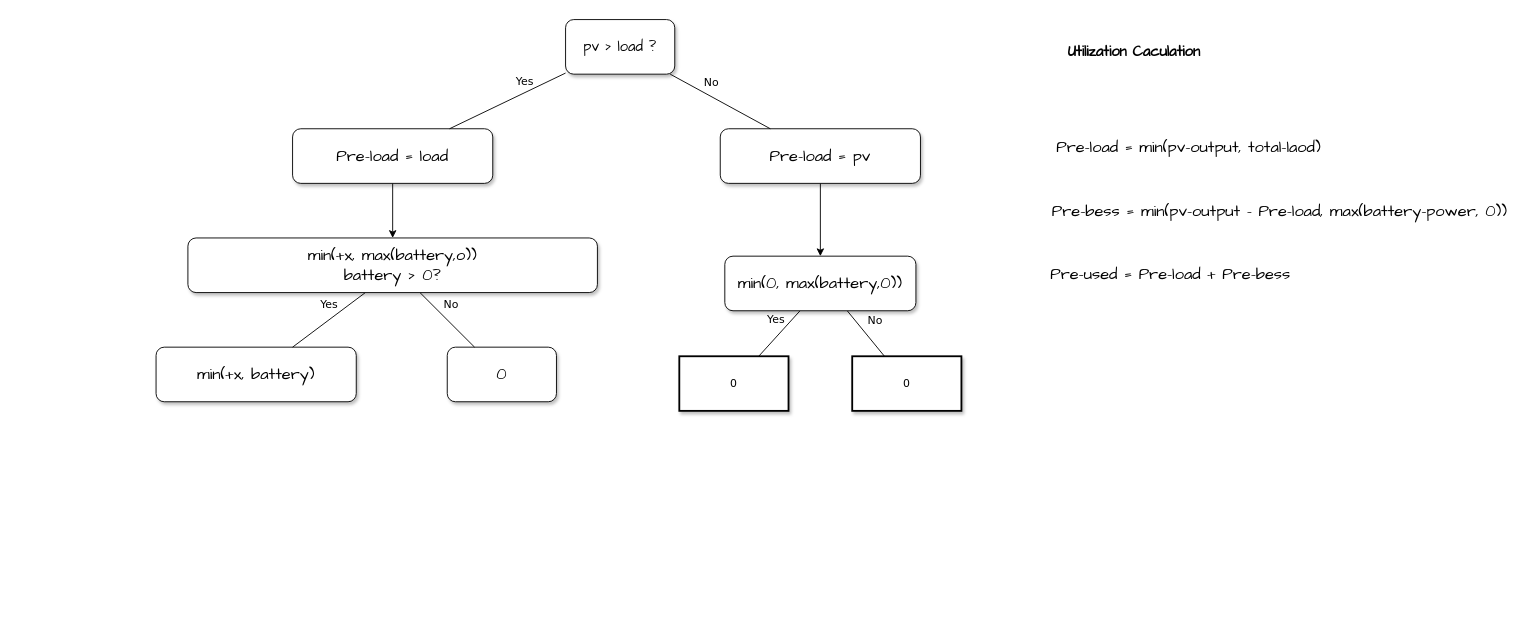
The draw.io diagram page "Page-2" (2 of 2) of emspapermaterial.drawio in Pengyu-Jin/draw.io-projects-file, before the edit. Source tidied: cells renumbered, new cells numbered last; positions are measured from the earlier drawing's top-left corner, leaving out a move shared by most shapes. Both pictures are drawn from the tidied source at 91%, with x=0, y=0 at pixel (156, 19).
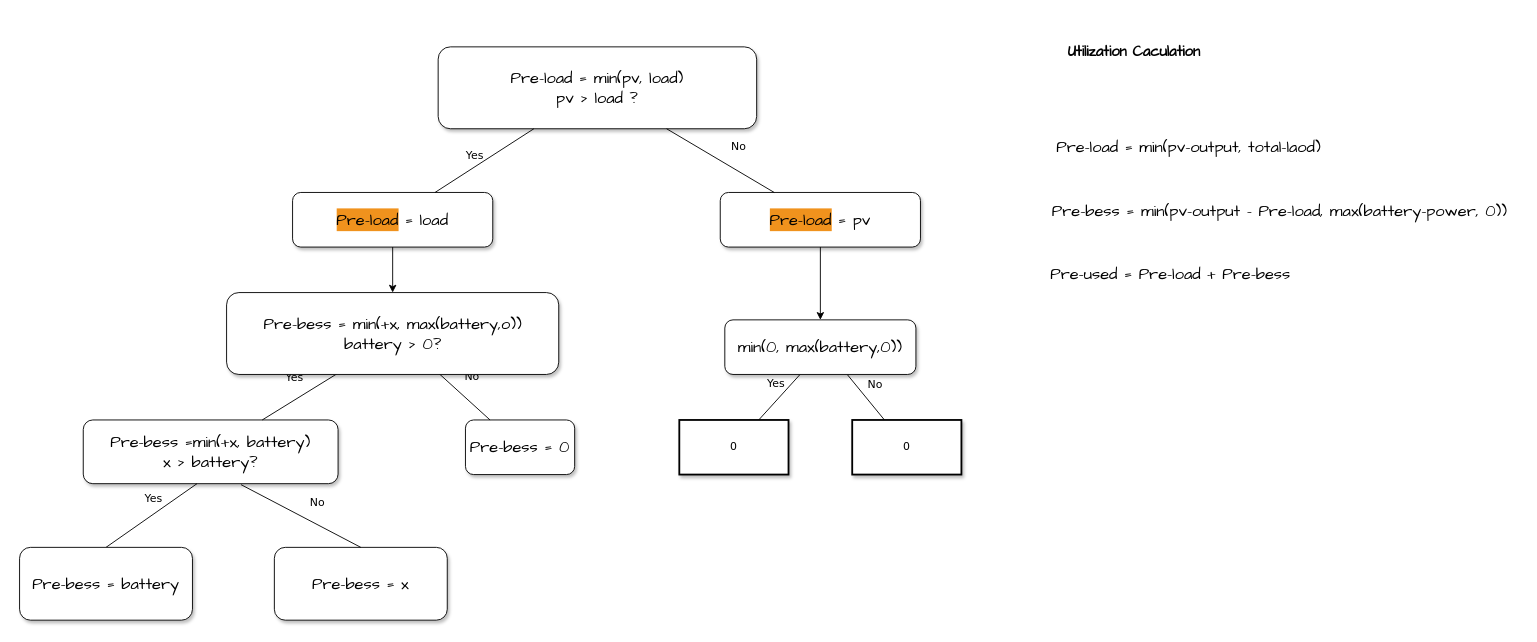
The same diagram, later.

What changed in the source:
```diff
@@
-    <mxCell id="2" value="&lt;span style=&quot;font-family: &amp;quot;Comic Sans MS&amp;quot;;&quot;&gt;&lt;font style=&quot;font-size: 16px;&quot;&gt;pv &amp;gt; load ?&lt;/font&gt;&lt;/span&gt;" style="whiteSpace=wrap;html=1;rounded=1;shadow=1;labelBackgroundColor=none;strokeWidth=1;fontFamily=Verdana;fontSize=12;align=center;" parent="1" vertex="1">
-      <mxGeometry x="450" width="120" height="60" as="geometry" />
+    <mxCell id="2" value="&lt;div&gt;&lt;span style=&quot;font-family: &amp;quot;Comic Sans MS&amp;quot;;&quot;&gt;&lt;font style=&quot;font-size: 18px;&quot;&gt;Pre-load = min(pv, load)&lt;/font&gt;&lt;/span&gt;&lt;/div&gt;&lt;span style=&quot;font-family: &amp;quot;Comic Sans MS&amp;quot;;&quot;&gt;&lt;font style=&quot;font-size: 18px;&quot;&gt;pv &amp;gt; load ?&lt;/font&gt;&lt;/span&gt;" style="whiteSpace=wrap;html=1;rounded=1;shadow=1;labelBackgroundColor=none;strokeWidth=1;fontFamily=Verdana;fontSize=12;align=center;" parent="1" vertex="1">
+      <mxGeometry x="310" y="30" width="350" height="90" as="geometry" />
     </mxCell>
@@
-    <mxCell id="4" value="&lt;span style=&quot;font-family: &amp;quot;Comic Sans MS&amp;quot;; font-size: 18px;&quot;&gt;Pre-load = load&lt;/span&gt;" style="whiteSpace=wrap;html=1;rounded=1;shadow=1;labelBackgroundColor=none;strokeWidth=1;fontFamily=Verdana;fontSize=12;align=center;" parent="1" vertex="1">
-      <mxGeometry x="150" y="120" width="220" height="60" as="geometry" />
+    <mxCell id="4" value="&lt;pre&gt;&lt;span style=&quot;font-family: &amp;quot;Comic Sans MS&amp;quot;; font-size: 18px;&quot;&gt;&lt;span style=&quot;background-color: light-dark(rgb(240, 146, 29), rgb(237, 237, 237));&quot;&gt;Pre-load&lt;/span&gt; = load&lt;/span&gt;&lt;/pre&gt;" style="whiteSpace=wrap;html=1;rounded=1;shadow=1;labelBackgroundColor=none;strokeWidth=1;fontFamily=Verdana;fontSize=12;align=center;" parent="1" vertex="1">
+      <mxGeometry x="150" y="190" width="220" height="60" as="geometry" />
     </mxCell>
@@
-    <mxCell id="6" value="&lt;span style=&quot;font-family: &amp;quot;Comic Sans MS&amp;quot;; font-size: 18px;&quot;&gt;Pre-load = pv&lt;/span&gt;" style="whiteSpace=wrap;html=1;rounded=1;shadow=1;labelBackgroundColor=none;strokeWidth=1;fontFamily=Verdana;fontSize=12;align=center;" parent="1" vertex="1">
-      <mxGeometry x="620" y="120" width="220" height="60" as="geometry" />
+    <mxCell id="6" value="&lt;span style=&quot;font-family: &amp;quot;Comic Sans MS&amp;quot;; font-size: 18px;&quot;&gt;&lt;span style=&quot;background-color: light-dark(rgb(240, 146, 29), rgb(237, 237, 237));&quot;&gt;Pre-load&lt;/span&gt; = pv&lt;/span&gt;" style="whiteSpace=wrap;html=1;rounded=1;shadow=1;labelBackgroundColor=none;strokeWidth=1;fontFamily=Verdana;fontSize=12;align=center;" parent="1" vertex="1">
+      <mxGeometry x="620" y="190" width="220" height="60" as="geometry" />
     </mxCell>
     <mxCell id="7" value="No" style="rounded=0;html=1;labelBackgroundColor=none;startArrow=none;startFill=0;startSize=5;endArrow=none;endFill=0;endSize=5;jettySize=auto;strokeWidth=1;fontFamily=Verdana;fontSize=12;" parent="1" edge="1" source="2" target="6">
-      <mxGeometry x="-0.3" y="13" relative="1" as="geometry" />
+      <mxGeometry x="0.14" y="23" relative="1" as="geometry" />
     </mxCell>
     <mxCell id="8" value="Yes" style="rounded=0;html=1;labelBackgroundColor=none;startArrow=none;startFill=0;startSize=5;endArrow=none;endFill=0;endSize=5;jettySize=auto;strokeWidth=1;fontFamily=Verdana;fontSize=12;" parent="1" edge="1" source="2" target="4">
-      <mxGeometry x="-0.36" y="-11" relative="1" as="geometry" />
+      <mxGeometry x="0.1" y="-10" relative="1" as="geometry" />
     </mxCell>
-    <mxCell id="9" value="&lt;span style=&quot;font-family: &amp;quot;Comic Sans MS&amp;quot;; font-size: 18px;&quot;&gt;min(+x, battery)&lt;/span&gt;" style="whiteSpace=wrap;html=1;rounded=1;shadow=1;labelBackgroundColor=none;strokeWidth=1;fontFamily=Verdana;fontSize=12;align=center;" parent="1" vertex="1">
-      <mxGeometry y="360" width="220" height="60" as="geometry" />
+    <mxCell id="9" value="&lt;span style=&quot;font-family: &amp;quot;Comic Sans MS&amp;quot;; font-size: 18px;&quot;&gt;Pre-bess =min(+x, battery)&lt;/span&gt;&lt;div&gt;&lt;span style=&quot;font-family: &amp;quot;Comic Sans MS&amp;quot;; font-size: 18px;&quot;&gt;x &amp;gt; battery?&lt;/span&gt;&lt;/div&gt;" style="whiteSpace=wrap;html=1;rounded=1;shadow=1;labelBackgroundColor=none;strokeWidth=1;fontFamily=Verdana;fontSize=12;align=center;" parent="1" vertex="1">
+      <mxGeometry x="-80" y="440" width="280" height="70" as="geometry" />
     </mxCell>
-    <mxCell id="10" value="&lt;span style=&quot;font-family: &amp;quot;Comic Sans MS&amp;quot;; font-size: 18px;&quot;&gt;0&lt;/span&gt;" style="whiteSpace=wrap;html=1;rounded=1;shadow=1;labelBackgroundColor=none;strokeWidth=1;fontFamily=Verdana;fontSize=12;align=center;" parent="1" vertex="1">
-      <mxGeometry x="320" y="360" width="120" height="60" as="geometry" />
+    <mxCell id="10" value="&lt;span style=&quot;font-family: &amp;quot;Comic Sans MS&amp;quot;; font-size: 18px;&quot;&gt;Pre-bess = 0&lt;/span&gt;" style="whiteSpace=wrap;html=1;rounded=1;shadow=1;labelBackgroundColor=none;strokeWidth=1;fontFamily=Verdana;fontSize=12;align=center;" parent="1" vertex="1">
+      <mxGeometry x="340" y="440" width="120" height="60" as="geometry" />
     </mxCell>
     <mxCell id="11" value="&lt;span&gt;0&lt;/span&gt;" style="whiteSpace=wrap;html=1;rounded=0;shadow=1;labelBackgroundColor=none;strokeWidth=2;fontFamily=Verdana;fontSize=12;align=center;" parent="1" vertex="1">
-      <mxGeometry x="575" y="370" width="120" height="60" as="geometry" />
+      <mxGeometry x="575" y="440" width="120" height="60" as="geometry" />
     </mxCell>
     <mxCell id="12" value="&lt;span&gt;0&lt;/span&gt;" style="whiteSpace=wrap;html=1;rounded=0;shadow=1;labelBackgroundColor=none;strokeWidth=2;fontFamily=Verdana;fontSize=12;align=center;" parent="1" vertex="1">
-      <mxGeometry x="765" y="370" width="120" height="60" as="geometry" />
+      <mxGeometry x="765" y="440" width="120" height="60" as="geometry" />
     </mxCell>
     <mxCell id="13" value="Yes" style="rounded=0;html=1;labelBackgroundColor=none;startArrow=none;startFill=0;startSize=5;endArrow=none;endFill=0;endSize=5;jettySize=auto;strokeWidth=1;fontFamily=Verdana;fontSize=12;" parent="1" edge="1" target="9">
-      <mxGeometry x="-0.2" y="-14" relative="1" as="geometry">
-        <mxPoint x="230" y="300" as="sourcePoint" />
+      <mxGeometry x="0.19" y="-21" relative="1" as="geometry">
+        <mxPoint x="230" y="370" as="sourcePoint" />
       </mxGeometry>
     </mxCell>
     <mxCell id="14" value="No" style="rounded=0;html=1;labelBackgroundColor=none;startArrow=none;startFill=0;startSize=5;endArrow=none;endFill=0;endSize=5;jettySize=auto;strokeWidth=1;fontFamily=Verdana;fontSize=12;" parent="1" edge="1" target="10">
-      <mxGeometry x="-0.2" y="14" relative="1" as="geometry">
-        <mxPoint x="290" y="300" as="sourcePoint" />
+      <mxGeometry x="0.12" y="21" relative="1" as="geometry">
+        <mxPoint x="290" y="370" as="sourcePoint" />
       </mxGeometry>
     </mxCell>
     <mxCell id="15" value="Yes" style="rounded=0;html=1;labelBackgroundColor=none;startArrow=none;startFill=0;startSize=5;endArrow=none;endFill=0;endSize=5;jettySize=auto;strokeWidth=1;fontFamily=Verdana;fontSize=12;" parent="1" edge="1" target="11">
       <mxGeometry x="-0.26" y="-13" relative="1" as="geometry">
-        <mxPoint x="707.7" y="320" as="sourcePoint" />
+        <mxPoint x="707.7" y="390" as="sourcePoint" />
       </mxGeometry>
     </mxCell>
     <mxCell id="16" value="No" style="rounded=0;html=1;labelBackgroundColor=none;startArrow=none;startFill=0;startSize=5;endArrow=none;endFill=0;endSize=5;jettySize=auto;strokeWidth=1;fontFamily=Verdana;fontSize=12;" parent="1" edge="1" target="12">
       <mxGeometry x="-0.13" y="17" relative="1" as="geometry">
-        <mxPoint x="759.5" y="320" as="sourcePoint" />
+        <mxPoint x="759.5" y="390" as="sourcePoint" />
       </mxGeometry>
     </mxCell>
@@
-    <mxCell id="21" value="&lt;span style=&quot;font-family: &amp;quot;Comic Sans MS&amp;quot;; font-size: 18px;&quot;&gt;min(+x, max(battery,o))&lt;/span&gt;&lt;div&gt;&lt;span style=&quot;font-family: &amp;quot;Comic Sans MS&amp;quot;; font-size: 18px;&quot;&gt;battery &amp;gt; 0?&lt;/span&gt;&lt;/div&gt;" style="whiteSpace=wrap;html=1;rounded=1;shadow=1;labelBackgroundColor=none;strokeWidth=1;fontFamily=Verdana;fontSize=12;align=center;" parent="1" vertex="1">
-      <mxGeometry x="35" y="240" width="450" height="60" as="geometry" />
+    <mxCell id="21" value="&lt;span style=&quot;font-family: &amp;quot;Comic Sans MS&amp;quot;; font-size: 18px;&quot;&gt;Pre-bess = min(+x, max(battery,o))&lt;/span&gt;&lt;div&gt;&lt;span style=&quot;font-family: &amp;quot;Comic Sans MS&amp;quot;; font-size: 18px;&quot;&gt;battery &amp;gt; 0?&lt;/span&gt;&lt;/div&gt;" style="whiteSpace=wrap;html=1;rounded=1;shadow=1;labelBackgroundColor=none;strokeWidth=1;fontFamily=Verdana;fontSize=12;align=center;" parent="1" vertex="1">
+      <mxGeometry x="77.5" y="300" width="365" height="90" as="geometry" />
     </mxCell>
     <mxCell id="22" value="&lt;span style=&quot;font-family: &amp;quot;Comic Sans MS&amp;quot;; font-size: 18px;&quot;&gt;min(0, max(battery,0))&lt;/span&gt;" style="whiteSpace=wrap;html=1;rounded=1;shadow=1;labelBackgroundColor=none;strokeWidth=1;fontFamily=Verdana;fontSize=12;align=center;" parent="1" vertex="1">
-      <mxGeometry x="625" y="260" width="210" height="60" as="geometry" />
+      <mxGeometry x="625" y="330" width="210" height="60" as="geometry" />
     </mxCell>
+    <mxCell id="23" value="Yes" style="rounded=0;html=1;labelBackgroundColor=none;startArrow=none;startFill=0;startSize=5;endArrow=none;endFill=0;endSize=5;jettySize=auto;strokeWidth=1;fontFamily=Verdana;fontSize=12;entryX=0.5;entryY=0;entryDx=0;entryDy=0;" parent="1" edge="1" target="24">
+      <mxGeometry x="-0.2" y="-14" relative="1" as="geometry">
+        <mxPoint x="45" y="510" as="sourcePoint" />
+      </mxGeometry>
+    </mxCell>
+    <mxCell id="24" value="&lt;span style=&quot;font-family: &amp;quot;Comic Sans MS&amp;quot;; font-size: 18px;&quot;&gt;Pre-bess = battery&lt;/span&gt;" style="whiteSpace=wrap;html=1;rounded=1;shadow=1;labelBackgroundColor=none;strokeWidth=1;fontFamily=Verdana;fontSize=12;align=center;" parent="1" vertex="1">
+      <mxGeometry x="-150" y="580" width="190" height="80" as="geometry" />
+    </mxCell>
+    <mxCell id="25" value="&lt;span style=&quot;font-family: &amp;quot;Comic Sans MS&amp;quot;; font-size: 18px;&quot;&gt;Pre-bess = x&lt;/span&gt;" style="whiteSpace=wrap;html=1;rounded=1;shadow=1;labelBackgroundColor=none;strokeWidth=1;fontFamily=Verdana;fontSize=12;align=center;" parent="1" vertex="1">
+      <mxGeometry x="130" y="580" width="190" height="80" as="geometry" />
+    </mxCell>
+    <mxCell id="26" value="No" style="rounded=0;html=1;labelBackgroundColor=none;startArrow=none;startFill=0;startSize=5;endArrow=none;endFill=0;endSize=5;jettySize=auto;strokeWidth=1;fontFamily=Verdana;fontSize=12;exitX=0.619;exitY=1.015;exitDx=0;exitDy=0;exitPerimeter=0;entryX=0.5;entryY=0;entryDx=0;entryDy=0;" parent="1" edge="1" source="9" target="25">
+      <mxGeometry x="0.12" y="21" relative="1" as="geometry" />
+    </mxCell>
```
